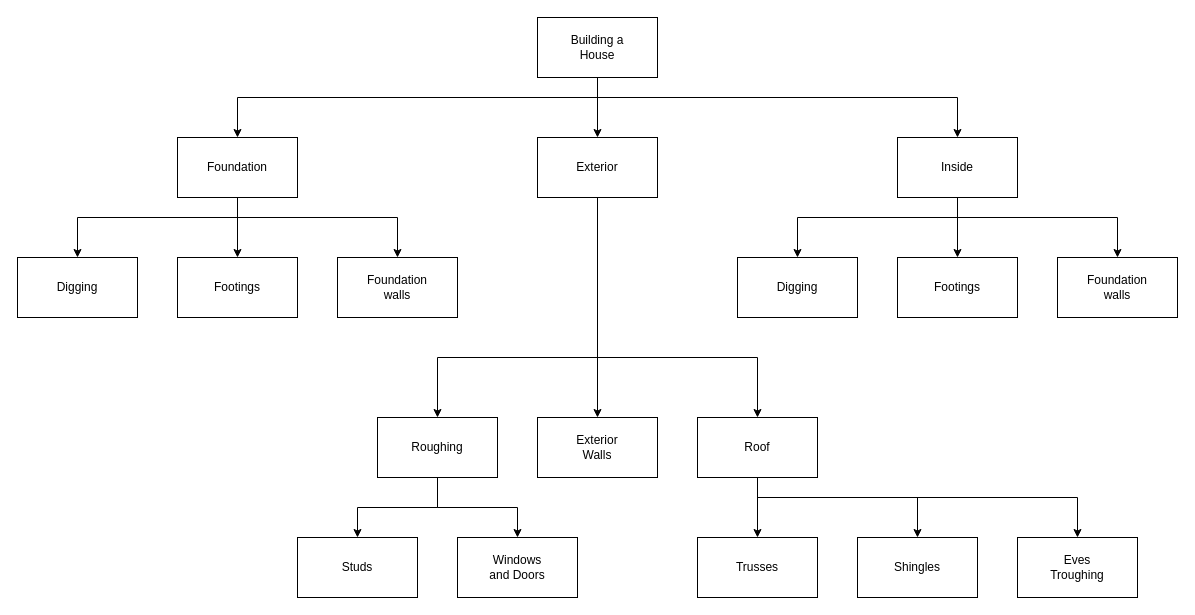
Earlier version of the draw.io diagram docs/problem-solving/images/building_a_house.drawio (Mr-Coxall/Computer-Based-Problem-Solving). Source tidied: cells renumbered, new cells numbered last; positions are measured from the earlier drawing's top-left corner, leaving out a move shared by most shapes. Both pictures are drawn from the tidied source at 100%, with x=0, y=0 at pixel (17, 17).
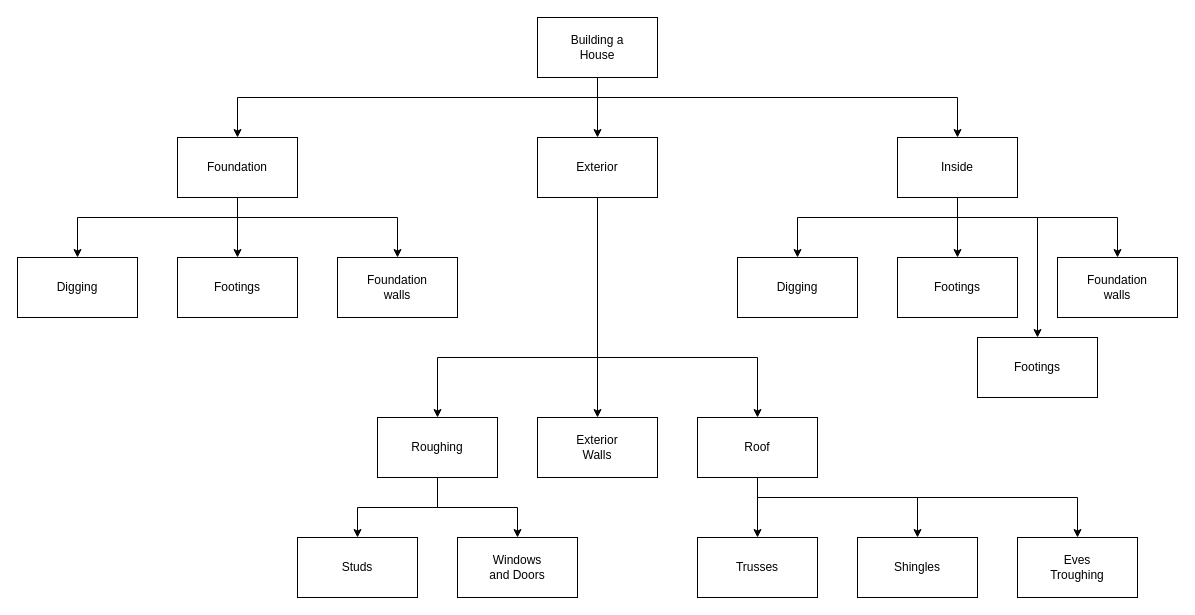
Above is the later version.

The change refers to these unchanged cells:
```xml
<mxCell id="17" value="Inside" style="rounded=0;whiteSpace=wrap;html=1;" parent="1" vertex="1">
  <mxGeometry x="880" y="120" width="120" height="60" as="geometry" />
</mxCell>
```

What changed in the source:
```diff
@@
+    <mxCell id="37" style="edgeStyle=orthogonalEdgeStyle;shape=connector;rounded=0;html=1;labelBackgroundColor=default;fontFamily=Helvetica;fontSize=11;fontColor=default;endArrow=classic;strokeColor=default;" parent="1" edge="1" source="17" target="38">
+      <mxGeometry relative="1" as="geometry">
+        <Array as="points">
+          <mxPoint x="940" y="200" />
+          <mxPoint x="1020" y="200" />
+        </Array>
+      </mxGeometry>
+    </mxCell>
@@
+    <mxCell id="38" value="Footings" style="rounded=0;whiteSpace=wrap;html=1;" parent="1" vertex="1">
+      <mxGeometry x="960" y="320" width="120" height="60" as="geometry" />
+    </mxCell>
```
